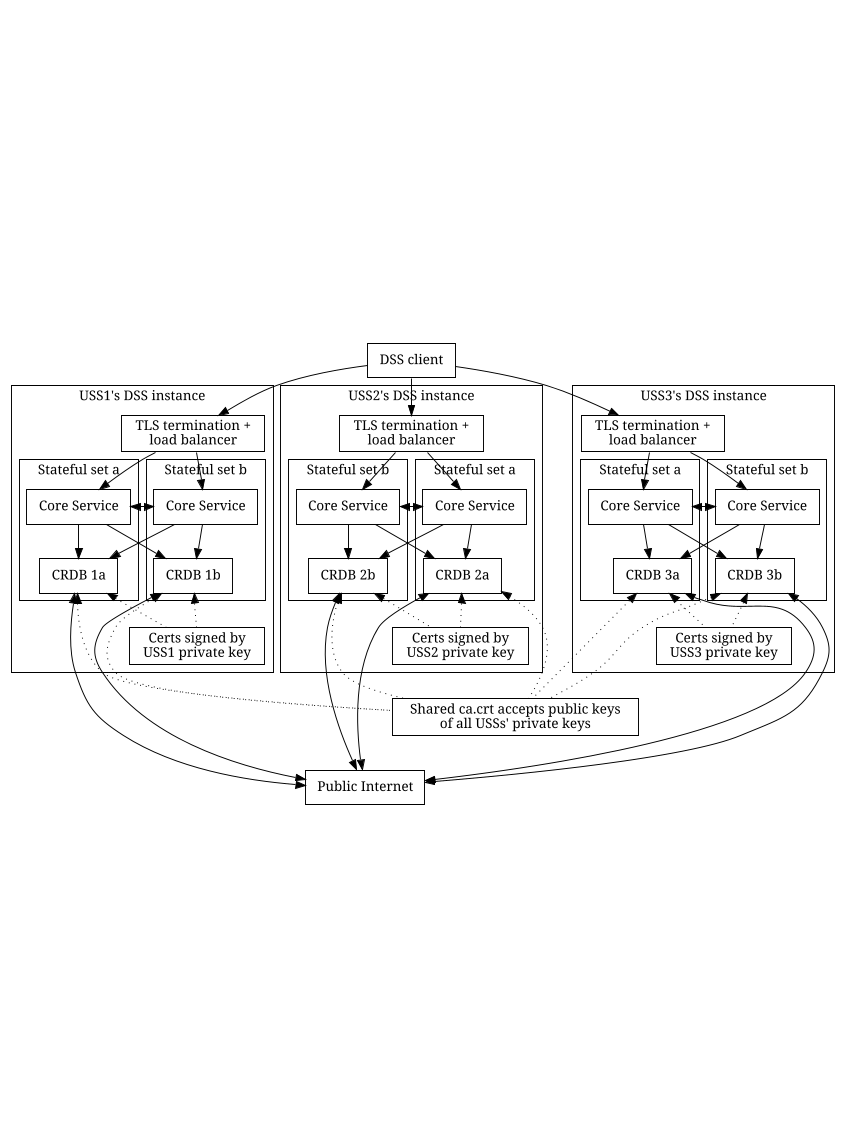
Earlier version of the Graphviz export assets/generated/pool_architecture.png (interuss/dss). Its source is kept beside it as assets/pool_architecture.gv.
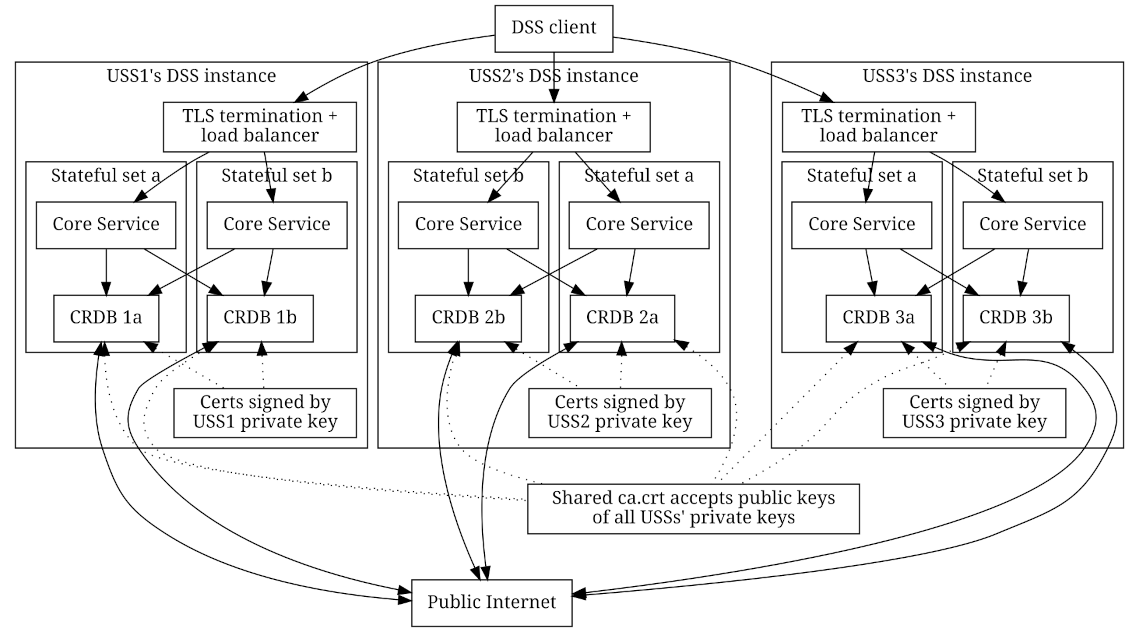
After the commit.

The edit, as a diff of the source:
```diff
@@ -39,8 +39,8 @@
     }
     CRDB1a -> PrivateKey1 [dir=back,style=dotted];
     CRDB1b -> PrivateKey1 [dir=back,style=dotted];
-    CoreService1a -> CoreService1b -> CRDB1a;
-    CoreService1b -> CoreService1a -> CRDB1b;
+    CoreService1b -> CRDB1a;
+    CoreService1a -> CRDB1b;
     LoadBalancer1 -> CoreService1a
     LoadBalancer1 -> CoreService1b
     }
@@ -57,8 +57,8 @@
     }
     CRDB2a -> PrivateKey2 [dir=back,style=dotted];
     CRDB2b -> PrivateKey2 [dir=back,style=dotted];
-    CoreService2a -> CoreService2b -> CRDB2a;
-    CoreService2b -> CoreService2a -> CRDB2b;
+    CoreService2b -> CRDB2a;
+    CoreService2a -> CRDB2b;
     LoadBalancer2 -> CoreService2a
     LoadBalancer2 -> CoreService2b
     }
@@ -75,8 +75,8 @@
     }
     CRDB3a -> PrivateKey3 [dir=back,style=dotted];
     CRDB3b -> PrivateKey3 [dir=back,style=dotted];
-    CoreService3a -> CoreService3b -> CRDB3a;
-    CoreService3b -> CoreService3a -> CRDB3b;
+    CoreService3b -> CRDB3a;
+    CoreService3a -> CRDB3b;
     LoadBalancer3 -> CoreService3a
     LoadBalancer3 -> CoreService3b
     }
```
